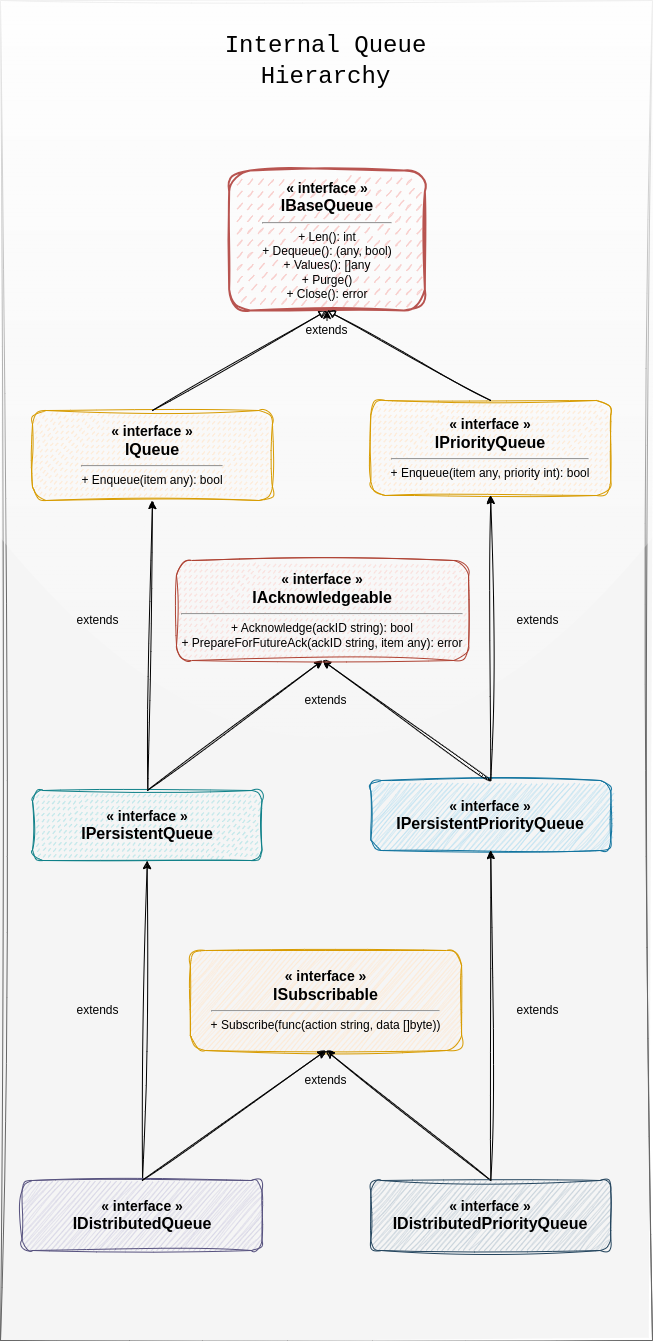
Above: interface.drawio.png in goptics/varmq (draw.io), before the change. Source tidied: cells renumbered, new cells last; positions are measured from the earlier drawing's top-left corner, leaving out a move shared by most shapes.
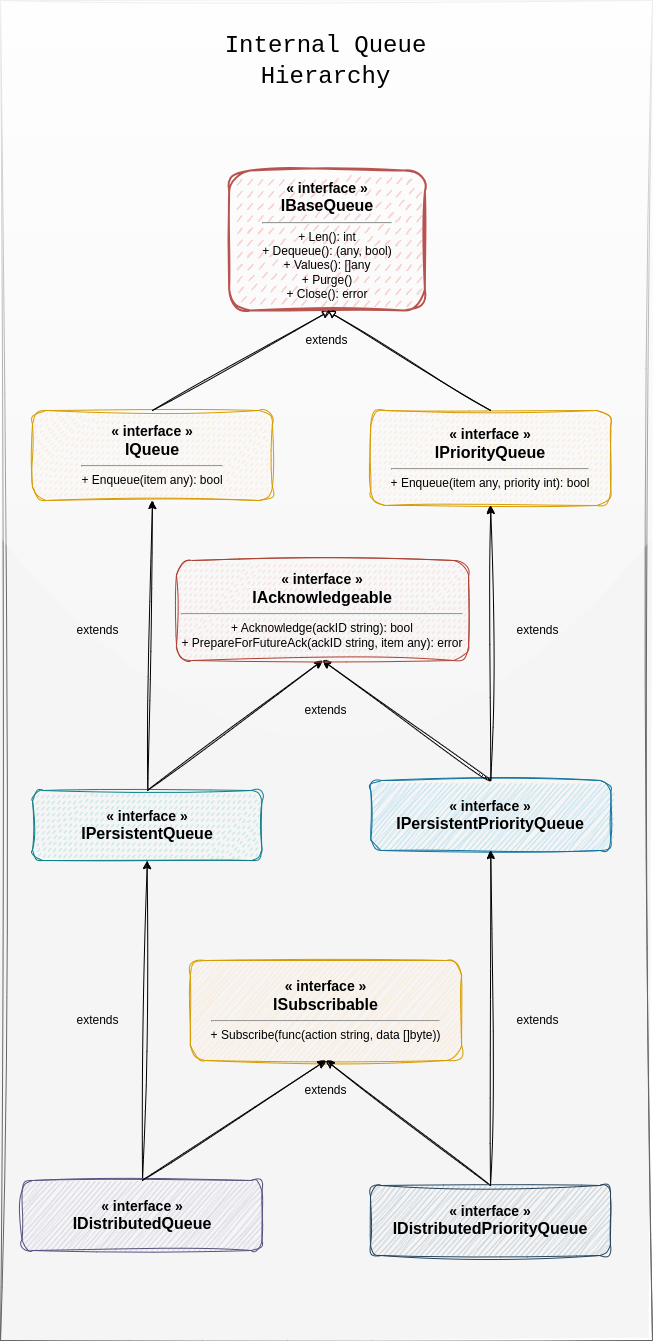
The same file after the commit.

Commit message:
docs: add API reference, sequence diagram and update interface diagram

The edit, as a diff of the source:
```diff
@@ -9,7 +9,7 @@
       <mxGeometry x="163.8" y="30" width="323.4" height="60" as="geometry" />
     </mxCell>
     <mxCell id="4" style="group;labelBorderColor=none;spacing=2;spacingRight=0;fillColor=none;" parent="2" vertex="1">
-      <mxGeometry y="140" width="652" height="1110" as="geometry" />
+      <mxGeometry y="150" width="652" height="1110" as="geometry" />
     </mxCell>
     <mxCell id="5" value="&lt;b&gt;&lt;font style=&quot;font-size: 14px;&quot;&gt;« interface »&lt;/font&gt;&lt;/b&gt;&lt;br&gt;&lt;b&gt;&lt;font style=&quot;font-size: 16px;&quot;&gt;ISubscribable&lt;/font&gt;&lt;/b&gt;&lt;hr&gt;+ Subscribe(func(action string, data []byte))" style="rounded=1;whiteSpace=wrap;html=1;fillColor=#ffe6cc;strokeColor=#d79b00;shadow=0;sketch=1;glass=0;fontSize=12;fontFamily=Helvetica;curveFitting=1;jiggle=2;" parent="4" vertex="1">
       <mxGeometry x="189.9" y="810" width="271.2" height="100" as="geometry" />
@@ -21,7 +21,7 @@
       <mxGeometry relative="1" as="geometry" />
     </mxCell>
     <mxCell id="8" value="&lt;b&gt;&lt;font style=&quot;font-size: 14px;&quot;&gt;« interface »&lt;/font&gt;&lt;/b&gt;&lt;br&gt;&lt;b&gt;&lt;font style=&quot;font-size: 16px;&quot;&gt;IDistributedPriorityQueue&lt;/font&gt;&lt;/b&gt;" style="rounded=1;whiteSpace=wrap;html=1;fillColor=#bac8d3;strokeColor=#23445d;shadow=0;sketch=1;glass=0;fontSize=12;fontFamily=Helvetica;curveFitting=1;jiggle=2;" parent="4" vertex="1">
-      <mxGeometry x="370.3" y="1040" width="239.9" height="70" as="geometry" />
+      <mxGeometry x="370" y="1035" width="239.9" height="70" as="geometry" />
     </mxCell>
     <mxCell id="9" value="extends" style="text;html=1;strokeColor=none;fillColor=none;align=center;verticalAlign=middle;whiteSpace=wrap;rounded=0;fontSize=12;" parent="4" vertex="1">
       <mxGeometry x="295.2" y="180" width="62.6" height="20" as="geometry" />
@@ -47,8 +47,10 @@
     <mxCell id="16" value="&lt;b&gt;&lt;font style=&quot;font-size: 14px;&quot;&gt;« interface »&lt;/font&gt;&lt;/b&gt;&lt;br&gt;&lt;b&gt;&lt;font style=&quot;font-size: 16px;&quot;&gt;IQueue&lt;/font&gt;&lt;/b&gt;&lt;hr&gt;+ Enqueue(item any): bool" style="rounded=1;whiteSpace=wrap;html=1;fillColor=#ffe6cc;strokeColor=#d79b00;shadow=0;sketch=1;glass=0;fontSize=12;fontFamily=Helvetica;curveFitting=1;jiggle=2;strokeWidth=1;fillStyle=dashed;" parent="2" vertex="1">
       <mxGeometry x="32" y="410" width="239.9" height="90" as="geometry" />
     </mxCell>
-    <mxCell id="17" style="endArrow=block;html=1;rounded=0;exitX=0.5;exitY=0;exitDx=0;exitDy=0;endFill=0;strokeWidth=1;sketch=1;curveFitting=1;jiggle=2;entryX=0.5;entryY=1;entryDx=0;entryDy=0;" parent="2" edge="1" source="16" target="29">
-      <mxGeometry relative="1" as="geometry" />
+    <mxCell id="17" style="endArrow=block;html=1;rounded=0;exitX=0.5;exitY=0;exitDx=0;exitDy=0;endFill=0;strokeWidth=1;sketch=1;curveFitting=1;jiggle=2;" parent="2" edge="1" source="16">
+      <mxGeometry relative="1" as="geometry">
+        <mxPoint x="330" y="310" as="targetPoint" />
+      </mxGeometry>
     </mxCell>
     <mxCell id="18" style="edgeStyle=none;html=1;entryX=0.5;entryY=1;entryDx=0;entryDy=0;sketch=1;curveFitting=1;jiggle=2;" parent="2" edge="1" source="19" target="16">
       <mxGeometry relative="1" as="geometry" />
@@ -89,8 +91,5 @@
     <mxCell id="30" style="endArrow=block;html=1;rounded=0;exitX=0.5;exitY=0;exitDx=0;exitDy=0;endFill=0;strokeWidth=1;sketch=1;curveFitting=1;jiggle=2;entryX=0.5;entryY=1;entryDx=0;entryDy=0;" parent="2" edge="1" source="6" target="29">
       <mxGeometry relative="1" as="geometry" />
     </mxCell>
-    <mxCell id="31" style="edgeStyle=none;html=1;" parent="2" edge="1" source="9" target="29">
-      <mxGeometry relative="1" as="geometry" />
-    </mxCell>
   </root>
 </mxGraphModel>
```
